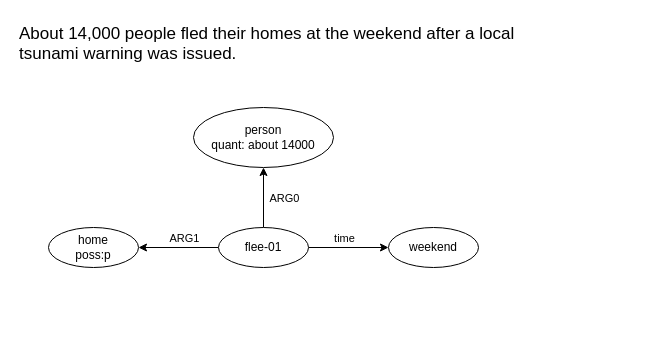
Before: AMR_case.drawio in crawlerWPS/drawing, a draw.io diagram. Source tidied: cells renumbered, new cells numbered last; positions are measured from the earlier drawing's top-left corner, leaving out a move shared by most shapes. Both pictures are drawn from the tidied source at 100%, with x=0, y=0 at pixel (17, 17).
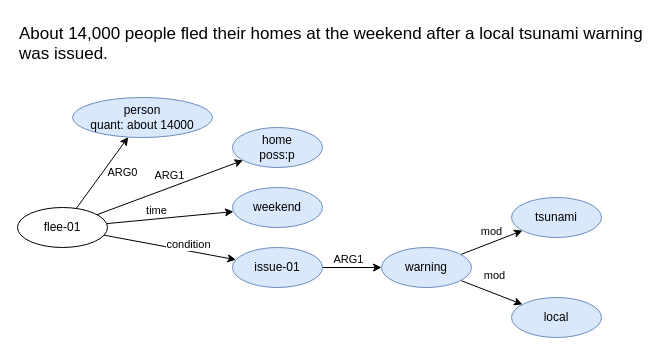
The same page after the edit.

Diff of the diagram source:
```diff
@@
     <mxCell id="2" value="&lt;font style=&quot;font-size: 17px;&quot;&gt;About 14,000 people fled their homes at the weekend after a local tsunami warning was issued. &lt;/font&gt;" style="text;whiteSpace=wrap;html=1;" parent="1" vertex="1">
-      <mxGeometry width="560" height="40" as="geometry" />
+      <mxGeometry width="626" height="40" as="geometry" />
     </mxCell>
-    <mxCell id="3" style="edgeStyle=orthogonalEdgeStyle;rounded=0;jettySize=auto;html=1;" parent="1" edge="1" source="9" target="10">
+    <mxCell id="3" style="rounded=0;jettySize=auto;html=1;" parent="1" edge="1" source="9" target="10">
       <mxGeometry relative="1" as="geometry" />
     </mxCell>
@@
-    <mxCell id="5" style="edgeStyle=orthogonalEdgeStyle;rounded=0;jettySize=auto;html=1;" parent="1" edge="1" source="9" target="11">
+    <mxCell id="5" style="rounded=0;jettySize=auto;html=1;" parent="1" edge="1" source="9" target="11">
       <mxGeometry relative="1" as="geometry" />
     </mxCell>
@@
-    <mxCell id="7" style="edgeStyle=orthogonalEdgeStyle;rounded=0;jettySize=auto;html=1;" parent="1" edge="1" source="9" target="12">
+    <mxCell id="7" style="rounded=0;jettySize=auto;html=1;" parent="1" edge="1" source="9" target="12">
       <mxGeometry relative="1" as="geometry" />
     </mxCell>
@@
+    <mxCell id="13" style="rounded=0;jettySize=auto;html=1;" parent="1" edge="1" source="9" target="17">
+      <mxGeometry relative="1" as="geometry" />
+    </mxCell>
+    <mxCell id="14" value="condition" style="edgeLabel;html=1;align=center;verticalAlign=middle;" parent="13" vertex="1">
+      <mxGeometry x="-0.17" y="1" relative="1" as="geometry">
+        <mxPoint x="29" as="offset" />
+      </mxGeometry>
+    </mxCell>
     <mxCell id="9" value="flee-01" style="ellipse;whiteSpace=wrap;html=1;" parent="1" vertex="1">
-      <mxGeometry x="201" y="210" width="90" height="40" as="geometry" />
+      <mxGeometry y="190" width="90" height="40" as="geometry" />
     </mxCell>
-    <mxCell id="10" value="person&lt;br&gt;quant: about 14000" style="ellipse;whiteSpace=wrap;html=1;" parent="1" vertex="1">
-      <mxGeometry x="176" y="90" width="140" height="60" as="geometry" />
+    <mxCell id="10" value="person&lt;br&gt;quant: about 14000" style="ellipse;whiteSpace=wrap;html=1;fillColor=#dae8fc;strokeColor=#6c8ebf;" parent="1" vertex="1">
+      <mxGeometry x="55" y="80" width="140" height="40" as="geometry" />
     </mxCell>
-    <mxCell id="11" value="home&lt;br&gt;poss:p" style="ellipse;whiteSpace=wrap;html=1;" parent="1" vertex="1">
-      <mxGeometry x="31" y="210" width="90" height="40" as="geometry" />
+    <mxCell id="11" value="home&lt;br&gt;poss:p" style="ellipse;whiteSpace=wrap;html=1;fillColor=#dae8fc;strokeColor=#6c8ebf;" parent="1" vertex="1">
+      <mxGeometry x="215" y="110" width="90" height="40" as="geometry" />
     </mxCell>
-    <mxCell id="12" value="weekend" style="ellipse;whiteSpace=wrap;html=1;" parent="1" vertex="1">
-      <mxGeometry x="371" y="210" width="90" height="40" as="geometry" />
+    <mxCell id="12" value="weekend" style="ellipse;whiteSpace=wrap;html=1;fillColor=#dae8fc;strokeColor=#6c8ebf;" parent="1" vertex="1">
+      <mxGeometry x="215" y="170" width="90" height="40" as="geometry" />
     </mxCell>
+    <mxCell id="15" style="edgeStyle=orthogonalEdgeStyle;rounded=0;jettySize=auto;html=1;" parent="1" edge="1" source="17" target="21">
+      <mxGeometry relative="1" as="geometry" />
+    </mxCell>
+    <mxCell id="16" value="ARG1" style="edgeLabel;html=1;align=center;verticalAlign=middle;" parent="15" vertex="1">
+      <mxGeometry x="-0.15" y="1" relative="1" as="geometry">
+        <mxPoint y="-8" as="offset" />
+      </mxGeometry>
+    </mxCell>
+    <mxCell id="17" value="issue-01" style="ellipse;whiteSpace=wrap;html=1;fillColor=#dae8fc;strokeColor=#6c8ebf;" parent="1" vertex="1">
+      <mxGeometry x="215" y="230" width="90" height="40" as="geometry" />
+    </mxCell>
+    <mxCell id="18" value="mod" style="rounded=0;jettySize=auto;html=1;" parent="1" edge="1" source="21" target="22">
+      <mxGeometry x="0.12" y="10" relative="1" as="geometry" />
+    </mxCell>
+    <mxCell id="19" style="rounded=0;jettySize=auto;html=1;" parent="1" edge="1" source="21" target="23">
+      <mxGeometry relative="1" as="geometry" />
+    </mxCell>
+    <mxCell id="20" value="mod" style="edgeLabel;html=1;align=center;verticalAlign=middle;" parent="19" vertex="1">
+      <mxGeometry x="-0.17" y="-3" relative="1" as="geometry">
+        <mxPoint x="9" y="-18" as="offset" />
+      </mxGeometry>
+    </mxCell>
+    <mxCell id="21" value="warning" style="ellipse;whiteSpace=wrap;html=1;fillColor=#dae8fc;strokeColor=#6c8ebf;" parent="1" vertex="1">
+      <mxGeometry x="364" y="230" width="90" height="40" as="geometry" />
+    </mxCell>
+    <mxCell id="22" value="tsunami" style="ellipse;whiteSpace=wrap;html=1;fillColor=#dae8fc;strokeColor=#6c8ebf;" parent="1" vertex="1">
+      <mxGeometry x="494" y="180" width="90" height="40" as="geometry" />
+    </mxCell>
+    <mxCell id="23" value="local" style="ellipse;whiteSpace=wrap;html=1;fillColor=#dae8fc;strokeColor=#6c8ebf;" parent="1" vertex="1">
+      <mxGeometry x="494" y="280" width="90" height="40" as="geometry" />
+    </mxCell>
```
